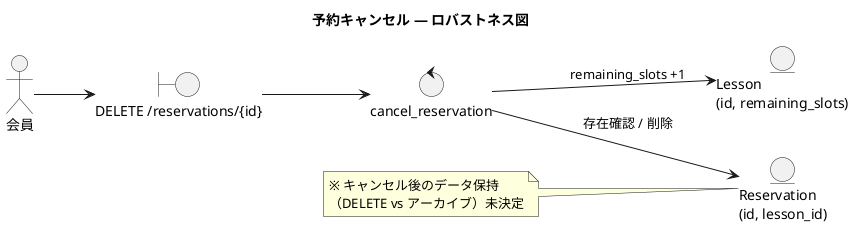
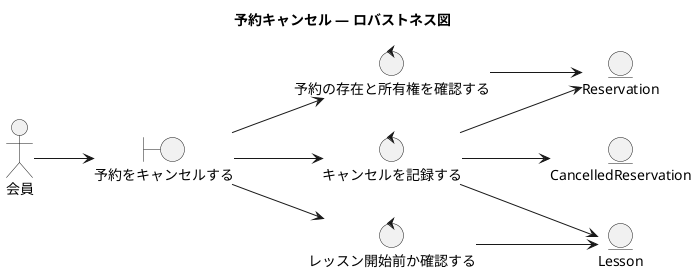
@startuml reservation_cancel_robustness
title 予約キャンセル — ロバストネス図

left to right direction

actor 会員 as member

- boundary "DELETE /reservations/{id}" as b_cancel
+ boundary "予約をキャンセルする" as b_cancel

- control cancel_reservation as c_cancel
+ control "予約の存在と所有権を確認する" as c_check
+ control "レッスン開始前か確認する"     as c_lesson_check
+ control "キャンセルを記録する"         as c_record

- entity "Reservation\n(id, lesson_id)" as e_reservation
- entity "Lesson\n(id, remaining_slots)" as e_lesson
- 
- note "※ キャンセル後のデータ保持\n（DELETE vs アーカイブ）未決定" as n_tbd
+ entity Reservation         as e_reservation
+ entity CancelledReservation as e_cancelled
+ entity Lesson              as e_lesson

member --> b_cancel
- b_cancel --> c_cancel
- c_cancel --> e_reservation : 存在確認 / 削除
- c_cancel --> e_lesson : remaining_slots +1
+ b_cancel --> c_check
+ b_cancel --> c_lesson_check
+ b_cancel --> c_record

- n_tbd .. e_reservation
+ c_check --> e_reservation
+ c_lesson_check --> e_lesson
+ c_record --> e_reservation
+ c_record --> e_cancelled
+ c_record --> e_lesson

@enduml
